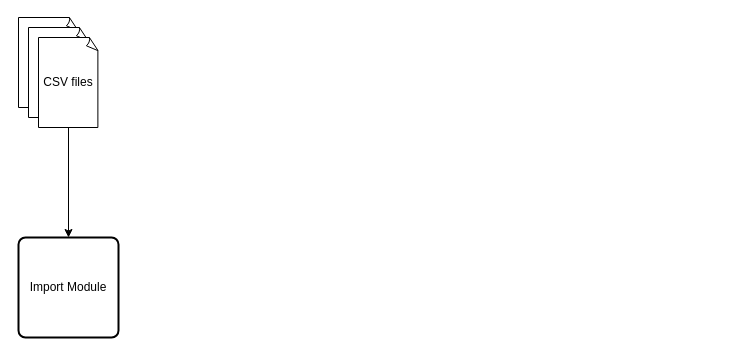
Earlier version of the draw.io diagram Systeem diagram.drawio (rkars/h2h). Source tidied: cells renumbered, new cells numbered last; positions are measured from the earlier drawing's top-left corner, leaving out a move shared by most shapes. Both pictures are drawn from the tidied source at 100%, with x=0, y=0 at pixel (18, 17).
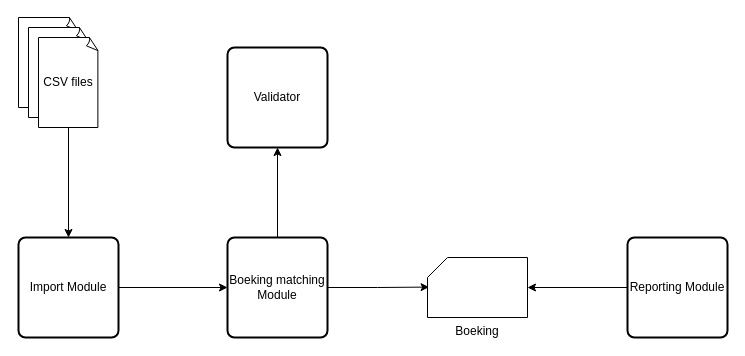
The same page after the edit.

Change to the diagram source:
```diff
@@
 <mxGraphModel>
   <root>
     <mxCell id="0" />
     <mxCell id="1" parent="0" />
     <mxCell id="2" style="group;" parent="1" vertex="1">
       <mxGeometry width="80" height="110" as="geometry" />
     </mxCell>
     <mxCell id="3" style="whiteSpace=wrap;html=1;shape=mxgraph.basic.document;" parent="2" vertex="1">
       <mxGeometry width="60" height="90" as="geometry" />
     </mxCell>
     <mxCell id="4" style="whiteSpace=wrap;html=1;shape=mxgraph.basic.document;" parent="2" vertex="1">
       <mxGeometry x="10" y="10" width="60" height="90" as="geometry" />
     </mxCell>
     <mxCell id="5" value="CSV files" style="whiteSpace=wrap;html=1;shape=mxgraph.basic.document;" parent="2" vertex="1">
       <mxGeometry x="20" y="20" width="60" height="90" as="geometry" />
     </mxCell>
     <mxCell id="6" style="edgeStyle=orthogonalEdgeStyle;rounded=0;jettySize=auto;html=1;exitX=0.5;exitY=1;exitDx=0;exitDy=0;exitPerimeter=0;" parent="1" edge="1" source="5" target="7">
       <mxGeometry relative="1" as="geometry" />
     </mxCell>
+    <mxCell id="8" style="edgeStyle=orthogonalEdgeStyle;rounded=0;jettySize=auto;html=1;exitX=1;exitY=0.5;exitDx=0;exitDy=0;entryX=0;entryY=0.5;entryDx=0;entryDy=0;" parent="1" edge="1" source="7" target="11">
+      <mxGeometry relative="1" as="geometry" />
+    </mxCell>
     <mxCell id="7" value="Import Module" style="rounded=1;whiteSpace=wrap;html=1;absoluteArcSize=1;arcSize=14;strokeWidth=2;" parent="1" vertex="1">
       <mxGeometry y="220" width="100" height="100" as="geometry" />
     </mxCell>
+    <mxCell id="9" style="edgeStyle=orthogonalEdgeStyle;rounded=0;jettySize=auto;html=1;exitX=1;exitY=0.5;exitDx=0;exitDy=0;entryX=0.016;entryY=0.493;entryDx=0;entryDy=0;entryPerimeter=0;" parent="1" edge="1" source="11" target="12">
+      <mxGeometry relative="1" as="geometry" />
+    </mxCell>
+    <mxCell id="10" style="edgeStyle=orthogonalEdgeStyle;rounded=0;jettySize=auto;html=1;exitX=0.5;exitY=0;exitDx=0;exitDy=0;entryX=0.5;entryY=1;entryDx=0;entryDy=0;" parent="1" edge="1" source="11" target="13">
+      <mxGeometry relative="1" as="geometry" />
+    </mxCell>
+    <mxCell id="11" value="Boeking matching&lt;br&gt;Module" style="rounded=1;whiteSpace=wrap;html=1;absoluteArcSize=1;arcSize=14;strokeWidth=2;" parent="1" vertex="1">
+      <mxGeometry x="209" y="220" width="100" height="100" as="geometry" />
+    </mxCell>
+    <mxCell id="12" value="Boeking" style="verticalLabelPosition=bottom;verticalAlign=top;html=1;shape=card;whiteSpace=wrap;size=20;arcSize=12;" parent="1" vertex="1">
+      <mxGeometry x="409" y="240" width="100" height="60" as="geometry" />
+    </mxCell>
+    <mxCell id="13" value="Validator" style="rounded=1;whiteSpace=wrap;html=1;absoluteArcSize=1;arcSize=14;strokeWidth=2;" parent="1" vertex="1">
+      <mxGeometry x="209" y="30" width="100" height="100" as="geometry" />
+    </mxCell>
+    <mxCell id="14" style="edgeStyle=orthogonalEdgeStyle;rounded=0;jettySize=auto;html=1;exitX=0;exitY=0.5;exitDx=0;exitDy=0;entryX=1;entryY=0.5;entryDx=0;entryDy=0;entryPerimeter=0;" parent="1" edge="1" source="15" target="12">
+      <mxGeometry relative="1" as="geometry" />
+    </mxCell>
+    <mxCell id="15" value="Reporting Module" style="rounded=1;whiteSpace=wrap;html=1;absoluteArcSize=1;arcSize=14;strokeWidth=2;" parent="1" vertex="1">
+      <mxGeometry x="609" y="220" width="100" height="100" as="geometry" />
+    </mxCell>
   </root>
 </mxGraphModel>
```
